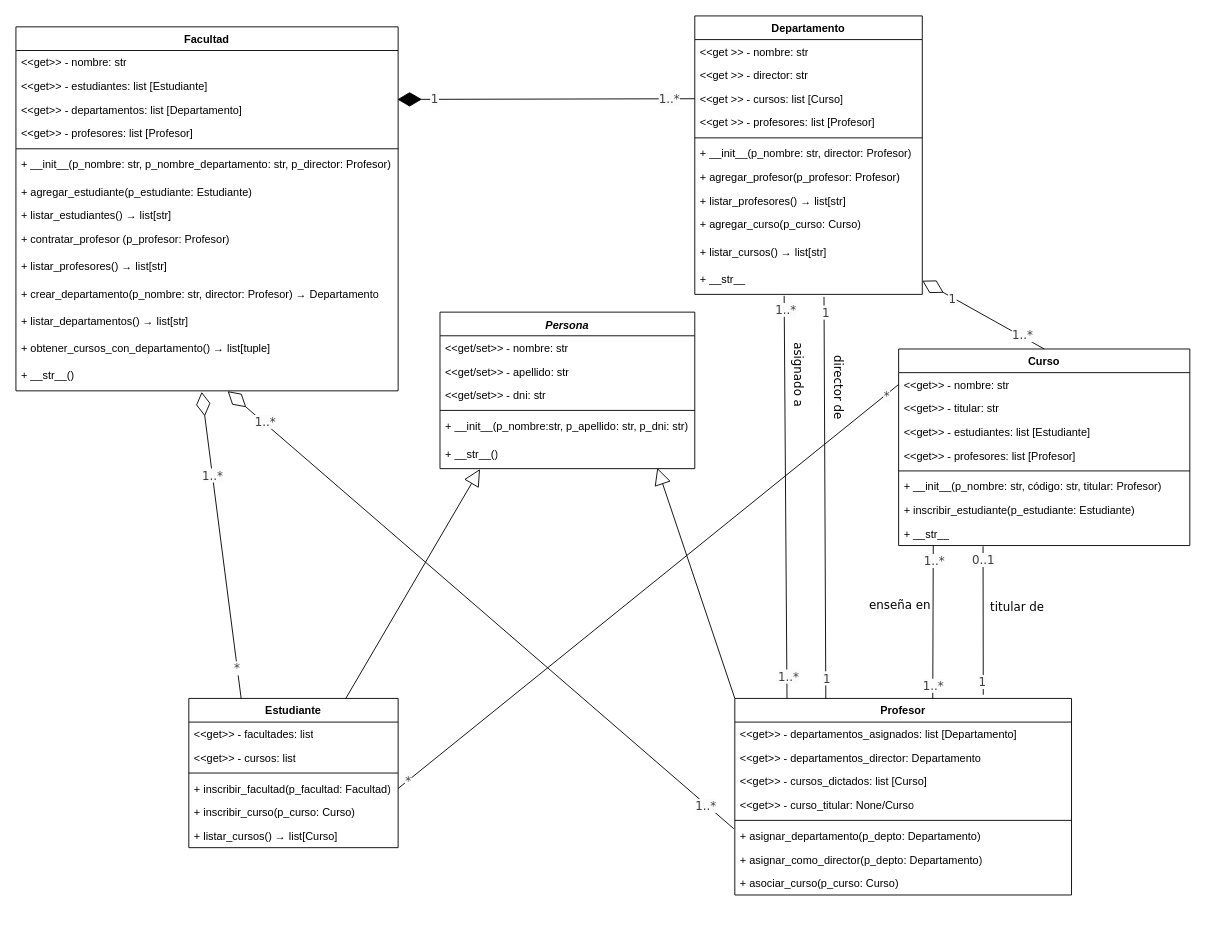
Before: TrabajoPractico_2/proyecto1/docs/diagrama_UML_p1.drawio in FelipeCarrozzo/prog_avanzada, a draw.io diagram. Source tidied: cells renumbered, new cells numbered last; positions are measured from the earlier drawing's top-left corner, leaving out a move shared by most shapes. Both pictures are drawn from the tidied source at 91%, with x=0, y=0 at pixel (15, 15).
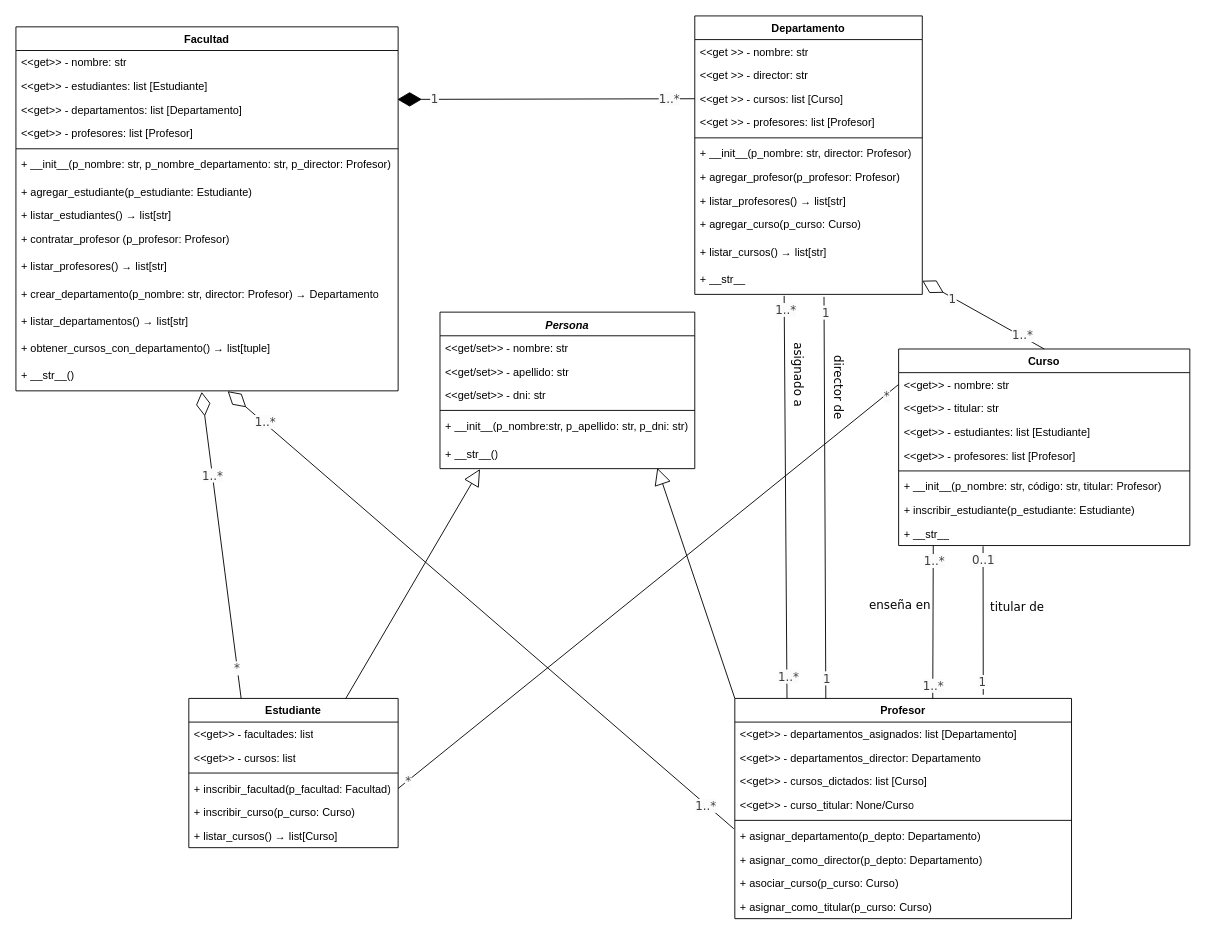
The same diagram, later.

Commit message:
corrección uml

Change to the diagram source:
```diff
@@
     <mxCell id="45" value="Profesor" style="swimlane;fontStyle=1;align=center;verticalAlign=top;horizontal=1;startSize=26;whiteSpace=wrap;html=1;" parent="1" vertex="1">
-      <mxGeometry x="790" y="750" width="370" height="216" as="geometry" />
+      <mxGeometry x="790" y="750" width="370" height="242" as="geometry" />
     </mxCell>
@@
+    <mxCell id="94" value="+ asignar_como_titular(p_curso: Curso)" style="text;strokeColor=none;fillColor=none;align=left;verticalAlign=top;spacingLeft=4;spacingRight=4;overflow=hidden;whiteSpace=wrap;html=1;" parent="45" vertex="1">
+      <mxGeometry y="216" width="370" height="26" as="geometry" />
+    </mxCell>
```
